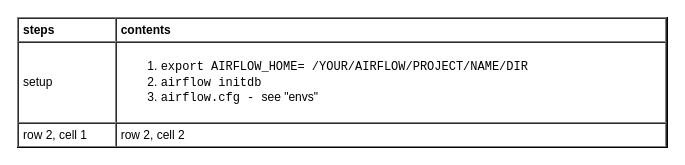
yangdj/tf_docs keeps this draw.io diagram as page "how" (2 of 2) of languages/python/airflow.drawio. Above is the earlier version. Source tidied: cells renumbered, new cells numbered last; positions are measured from the earlier drawing's top-left corner, leaving out a move shared by most shapes. Both pictures are drawn from the tidied source at 100%, with x=0, y=0 at pixel (17, 17).
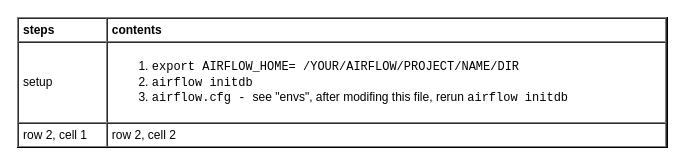
Above is the later version.

Diff of the diagram source:
```diff
@@
 <mxGraphModel>
   <root>
     <mxCell id="0" />
     <mxCell id="1" parent="0" />
-    <mxCell id="2" value="&lt;table cellpadding=&quot;4&quot; cellspacing=&quot;0&quot; border=&quot;1&quot; style=&quot;font-size: 1em ; width: 100% ; height: 100%&quot;&gt;&lt;tbody&gt;&lt;tr&gt;&lt;th&gt;steps&lt;/th&gt;&lt;th&gt;contents&lt;/th&gt;&lt;/tr&gt;&lt;tr&gt;&lt;td&gt;setup&lt;/td&gt;&lt;td&gt;&lt;ol&gt;&lt;li&gt;&lt;font face=&quot;Courier New&quot;&gt;export AIRFLOW_HOME= /YOUR/AIRFLOW/PROJECT/NAME/DIR&lt;/font&gt;&lt;/li&gt;&lt;li&gt;&lt;font face=&quot;Courier New&quot;&gt;airflow initdb&lt;br&gt;&lt;/font&gt;&lt;/li&gt;&lt;li&gt;&lt;font face=&quot;Courier New&quot;&gt;airflow.cfg - &lt;/font&gt;see &quot;envs&quot;&lt;br&gt;&lt;/li&gt;&lt;/ol&gt;&lt;/td&gt;&lt;/tr&gt;&lt;tr&gt;&lt;td&gt;row 2, cell 1&lt;/td&gt;&lt;td&gt;row 2, cell 2&lt;/td&gt;&lt;/tr&gt;&lt;/tbody&gt;&lt;/table&gt; " style="verticalAlign=top;align=left;overflow=fill;fontSize=12;fontFamily=Helvetica;html=1;" parent="1" vertex="1">
+    <mxCell id="2" value="&lt;table cellpadding=&quot;4&quot; cellspacing=&quot;0&quot; border=&quot;1&quot; style=&quot;font-size: 1em ; width: 100% ; height: 100%&quot;&gt;&lt;tbody&gt;&lt;tr&gt;&lt;th&gt;steps&lt;/th&gt;&lt;th&gt;contents&lt;/th&gt;&lt;/tr&gt;&lt;tr&gt;&lt;td&gt;setup&lt;/td&gt;&lt;td&gt;&lt;ol&gt;&lt;li&gt;&lt;font face=&quot;Courier New&quot;&gt;export AIRFLOW_HOME= /YOUR/AIRFLOW/PROJECT/NAME/DIR&lt;/font&gt;&lt;/li&gt;&lt;li&gt;&lt;font face=&quot;Courier New&quot;&gt;airflow initdb&lt;br&gt;&lt;/font&gt;&lt;/li&gt;&lt;li&gt;&lt;font face=&quot;Courier New&quot;&gt;airflow.cfg - &lt;/font&gt;see &quot;envs&quot;, after modifing this file, rerun &lt;font face=&quot;Courier New&quot;&gt;airflow initdb&lt;/font&gt;&lt;br&gt;&lt;/li&gt;&lt;/ol&gt;&lt;/td&gt;&lt;/tr&gt;&lt;tr&gt;&lt;td&gt;row 2, cell 1&lt;/td&gt;&lt;td&gt;row 2, cell 2&lt;/td&gt;&lt;/tr&gt;&lt;/tbody&gt;&lt;/table&gt; " style="verticalAlign=top;align=left;overflow=fill;fontSize=12;fontFamily=Helvetica;html=1;" parent="1" vertex="1">
       <mxGeometry width="650" height="130" as="geometry" />
     </mxCell>
   </root>
 </mxGraphModel>
```
